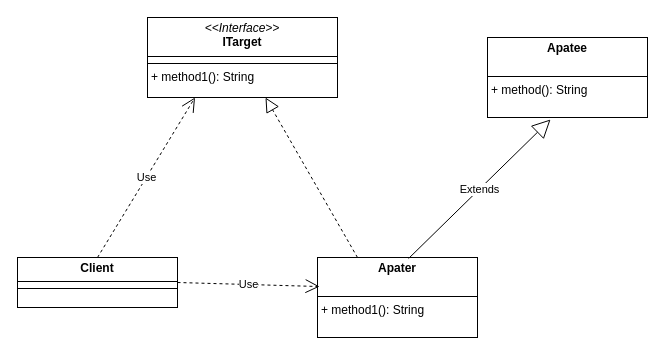
Before: 适配器模式.drawio in qiuquanhui/images, a draw.io diagram. Source tidied: cells renumbered, new cells numbered last; positions are measured from the earlier drawing's top-left corner, leaving out a move shared by most shapes. Both pictures are drawn from the tidied source at 100%, with x=0, y=0 at pixel (17, 17).
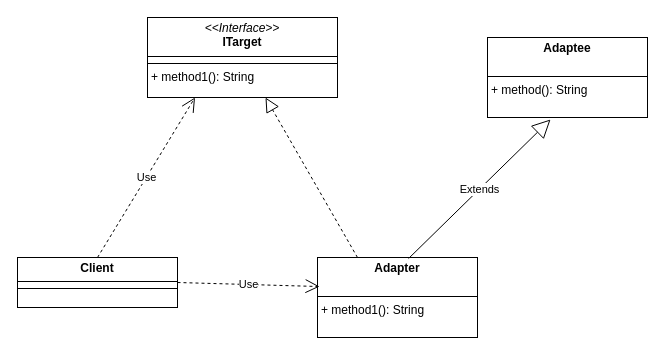
The same diagram, later.

Commit message (it also covers changes not shown here):
更新适配器模式.drawio

Diff of the diagram source:
```diff
@@
 <mxGraphModel>
   <root>
     <mxCell id="0" />
     <mxCell id="1" parent="0" />
-    <mxCell id="2" value="&lt;p style=&quot;margin:0px;margin-top:4px;text-align:center;&quot;&gt;&lt;b&gt;Apatee&lt;/b&gt;&lt;/p&gt;&lt;br&gt;&lt;hr size=&quot;1&quot; style=&quot;border-style:solid;&quot;&gt;&lt;p style=&quot;margin:0px;margin-left:4px;&quot;&gt;+ method(): String&lt;br&gt;&lt;/p&gt;" style="verticalAlign=top;align=left;overflow=fill;html=1;whiteSpace=wrap;" parent="1" vertex="1">
+    <mxCell id="2" value="&lt;p style=&quot;margin:0px;margin-top:4px;text-align:center;&quot;&gt;&lt;b&gt;Adaptee&lt;/b&gt;&lt;/p&gt;&lt;br&gt;&lt;hr size=&quot;1&quot; style=&quot;border-style:solid;&quot;&gt;&lt;p style=&quot;margin:0px;margin-left:4px;&quot;&gt;+ method(): String&lt;br&gt;&lt;/p&gt;" style="verticalAlign=top;align=left;overflow=fill;html=1;whiteSpace=wrap;" parent="1" vertex="1">
       <mxGeometry x="470" y="20" width="160" height="80" as="geometry" />
     </mxCell>
-    <mxCell id="3" value="&lt;p style=&quot;margin:0px;margin-top:4px;text-align:center;&quot;&gt;&lt;b&gt;Apater&lt;/b&gt;&lt;br&gt;&lt;/p&gt;&lt;br&gt;&lt;hr size=&quot;1&quot; style=&quot;border-style:solid;&quot;&gt;&lt;p style=&quot;margin:0px;margin-left:4px;&quot;&gt;+ method1(): String&lt;/p&gt;" style="verticalAlign=top;align=left;overflow=fill;html=1;whiteSpace=wrap;" parent="1" vertex="1">
+    <mxCell id="3" value="&lt;p style=&quot;margin:0px;margin-top:4px;text-align:center;&quot;&gt;&lt;b&gt;Adapter&lt;/b&gt;&lt;br&gt;&lt;/p&gt;&lt;br&gt;&lt;hr size=&quot;1&quot; style=&quot;border-style:solid;&quot;&gt;&lt;p style=&quot;margin:0px;margin-left:4px;&quot;&gt;+ method1(): String&lt;/p&gt;" style="verticalAlign=top;align=left;overflow=fill;html=1;whiteSpace=wrap;" parent="1" vertex="1">
       <mxGeometry x="300" y="240" width="160" height="80" as="geometry" />
     </mxCell>
     <mxCell id="4" value="Extends" style="endArrow=block;endSize=16;endFill=0;html=1;rounded=0;exitX=0.569;exitY=0.013;exitDx=0;exitDy=0;exitPerimeter=0;entryX=0.394;entryY=1.025;entryDx=0;entryDy=0;entryPerimeter=0;" parent="1" edge="1" source="3" target="2">
       <mxGeometry relative="1" as="geometry" />
     </mxCell>
     <mxCell id="5" value="&lt;p style=&quot;margin:0px;margin-top:4px;text-align:center;&quot;&gt;&lt;i&gt;&amp;lt;&amp;lt;Interface&amp;gt;&amp;gt;&lt;/i&gt;&lt;br&gt;&lt;b&gt;ITarget&lt;/b&gt;&lt;br&gt;&lt;/p&gt;&lt;hr size=&quot;1&quot; style=&quot;border-style:solid;&quot;&gt;&lt;hr size=&quot;1&quot; style=&quot;border-style:solid;&quot;&gt;&lt;p style=&quot;margin:0px;margin-left:4px;&quot;&gt;+ method1(): String&lt;/p&gt;" style="verticalAlign=top;align=left;overflow=fill;html=1;whiteSpace=wrap;" parent="1" vertex="1">
       <mxGeometry x="130" width="190" height="80" as="geometry" />
     </mxCell>
     <mxCell id="6" style="endArrow=block;dashed=1;endFill=0;endSize=12;html=1;rounded=0;exitX=0.25;exitY=0;exitDx=0;exitDy=0;" parent="1" edge="1" source="3" target="5">
       <mxGeometry relative="1" as="geometry" />
     </mxCell>
     <mxCell id="7" value="&lt;p style=&quot;margin:0px;margin-top:4px;text-align:center;&quot;&gt;&lt;b&gt;Client&lt;/b&gt;&lt;/p&gt;&lt;hr size=&quot;1&quot; style=&quot;border-style:solid;&quot;&gt;&lt;hr size=&quot;1&quot; style=&quot;border-style:solid;&quot;&gt;&lt;p style=&quot;margin:0px;margin-left:4px;&quot;&gt;&lt;br&gt;&lt;/p&gt;" style="verticalAlign=top;align=left;overflow=fill;html=1;whiteSpace=wrap;" parent="1" vertex="1">
       <mxGeometry y="240" width="160" height="50" as="geometry" />
     </mxCell>
     <mxCell id="8" value="Use" style="endArrow=open;endSize=12;dashed=1;html=1;rounded=0;exitX=0.5;exitY=0;exitDx=0;exitDy=0;entryX=0.25;entryY=1;entryDx=0;entryDy=0;" parent="1" edge="1" source="7" target="5">
       <mxGeometry relative="1" as="geometry" />
     </mxCell>
     <mxCell id="9" value="Use" style="endArrow=open;endSize=12;dashed=1;html=1;rounded=0;exitX=1;exitY=0.5;exitDx=0;exitDy=0;entryX=0.013;entryY=0.363;entryDx=0;entryDy=0;entryPerimeter=0;" parent="1" edge="1" source="7" target="3">
       <mxGeometry relative="1" as="geometry" />
     </mxCell>
   </root>
 </mxGraphModel>
```
